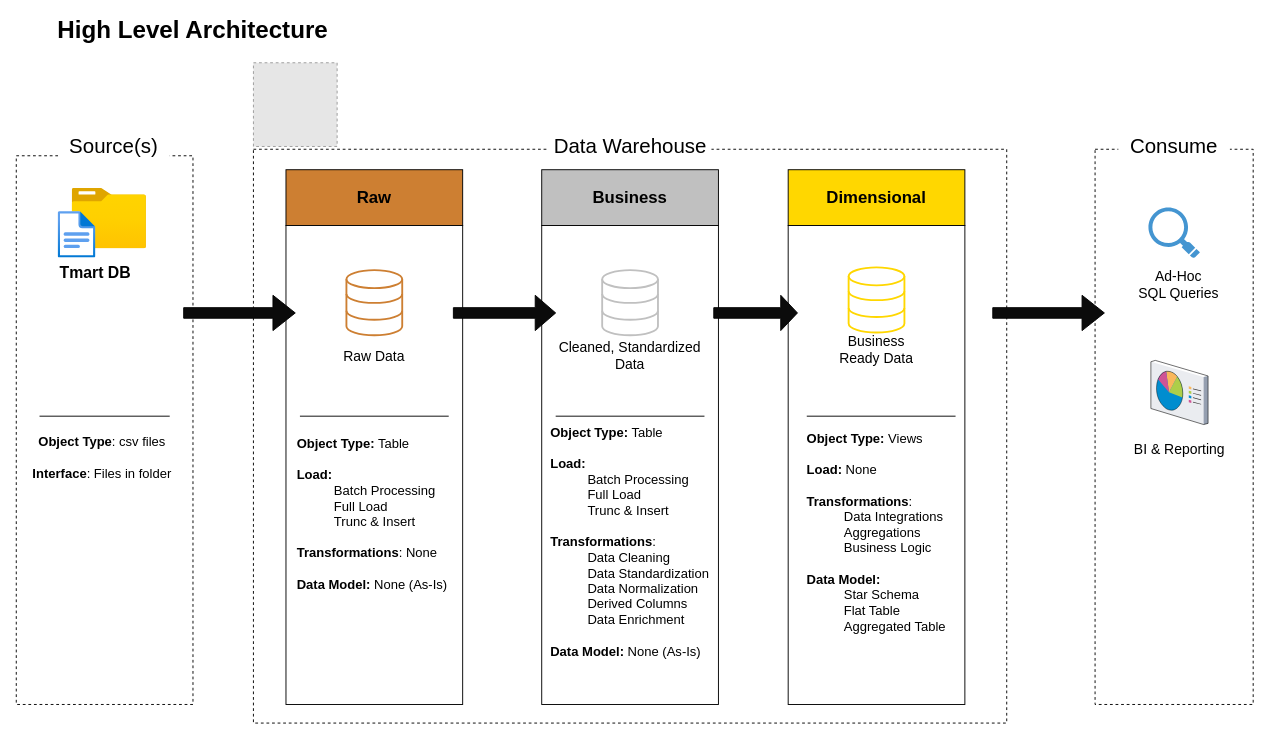
The draw.io diagram src/draw.io/HighLevelArchitechture.drawio in Im-TARO/Tmart, before the edit. Source tidied: cells renumbered, new cells numbered last; positions are measured from the earlier drawing's top-left corner, leaving out a move shared by most shapes. Both pictures are drawn from the tidied source at 93%, with x=0, y=0 at pixel (16, 16). Pictures stored in the file or linked from it are replaced by grey dashed boxes.
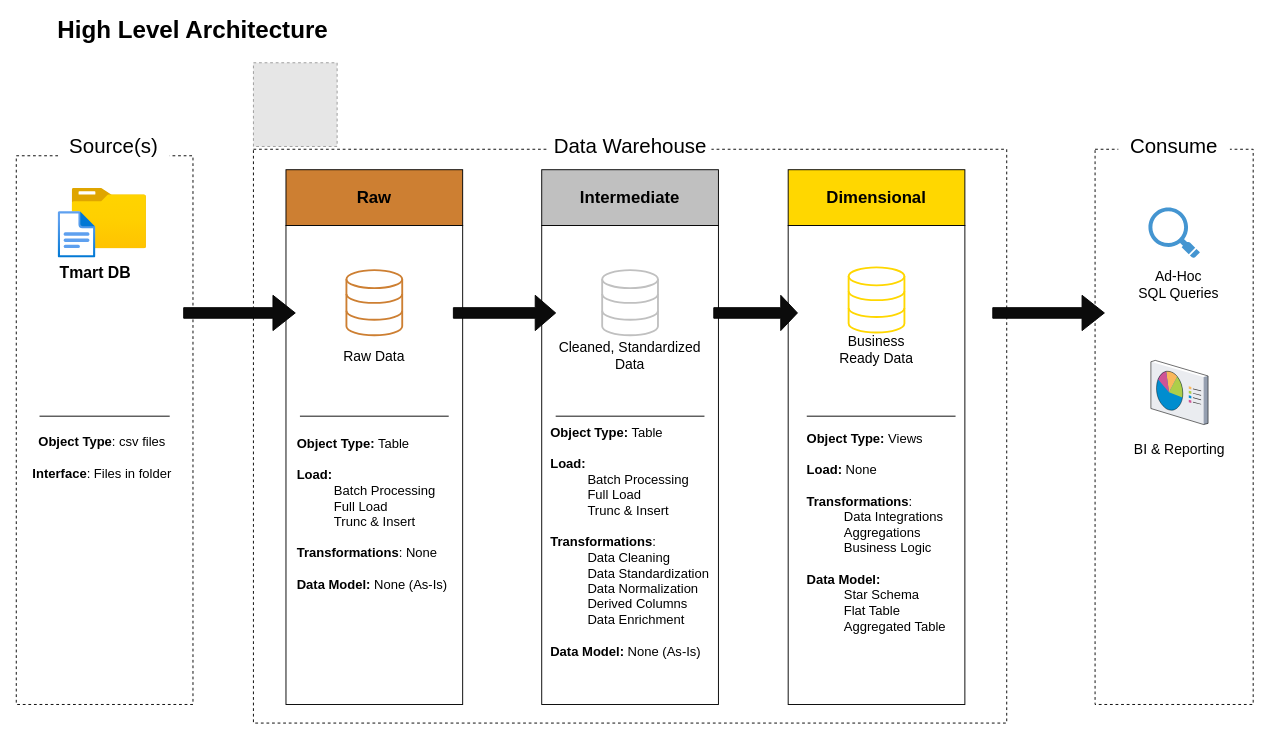
The same diagram, later.

The edit, as a diff of the source:
```diff
@@
-    <mxCell id="18" value="Business" style="whiteSpace=wrap;html=1;fontSize=18;fillColor=light-dark(#C0C0C0,#EDEDED);fontStyle=1;" parent="1" vertex="1">
+    <mxCell id="18" value="Intermediate" style="whiteSpace=wrap;html=1;fontSize=18;fillColor=light-dark(#C0C0C0,#EDEDED);fontStyle=1;" parent="1" vertex="1">
       <mxGeometry x="565" y="165" width="190" height="60" as="geometry" />
     </mxCell>
```
